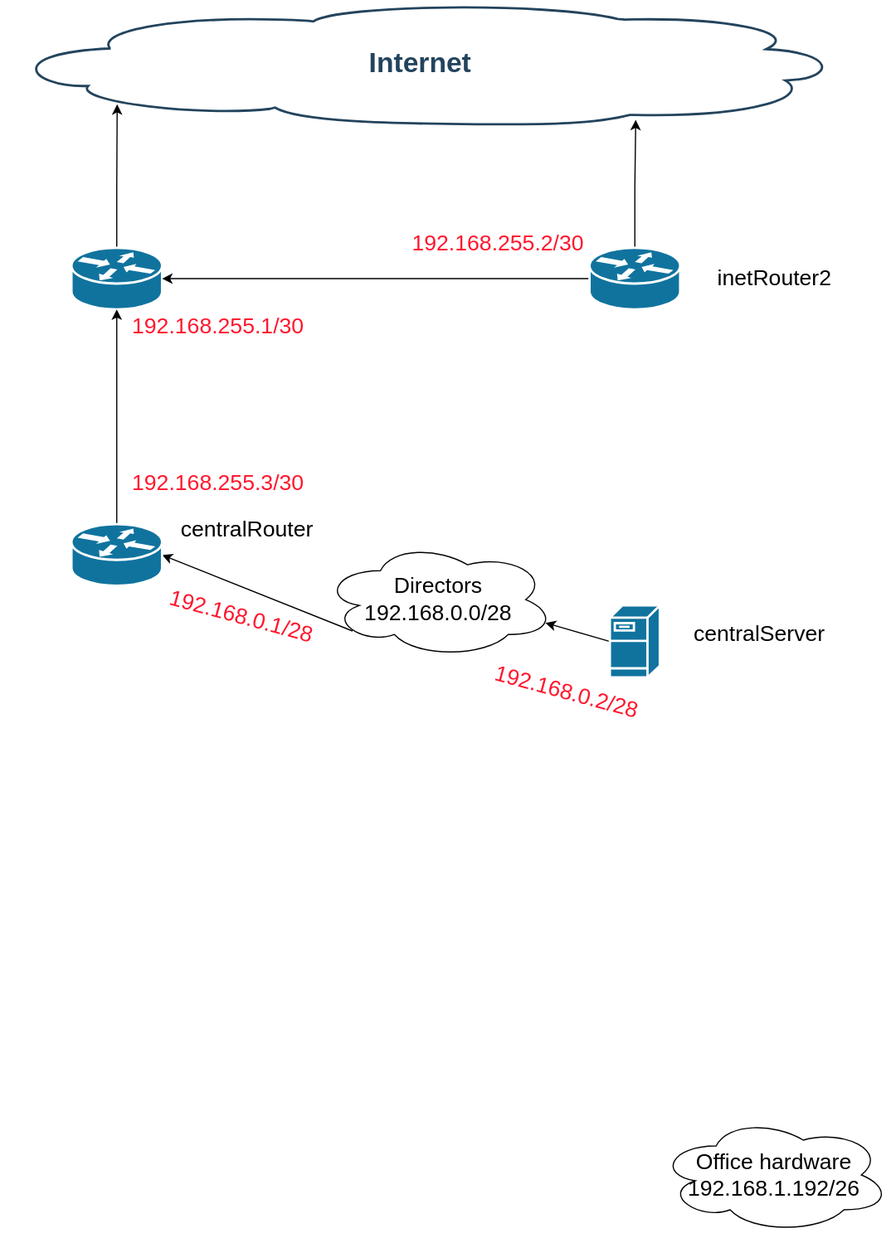
This is Otus-Iptables/Scheme.svg from gardvor/Otus-Linux, a draw.io export, as it was before one commit. Source tidied: cells renumbered, new cells last; positions are measured from the earlier drawing's top-left corner, leaving out a move shared by most shapes.
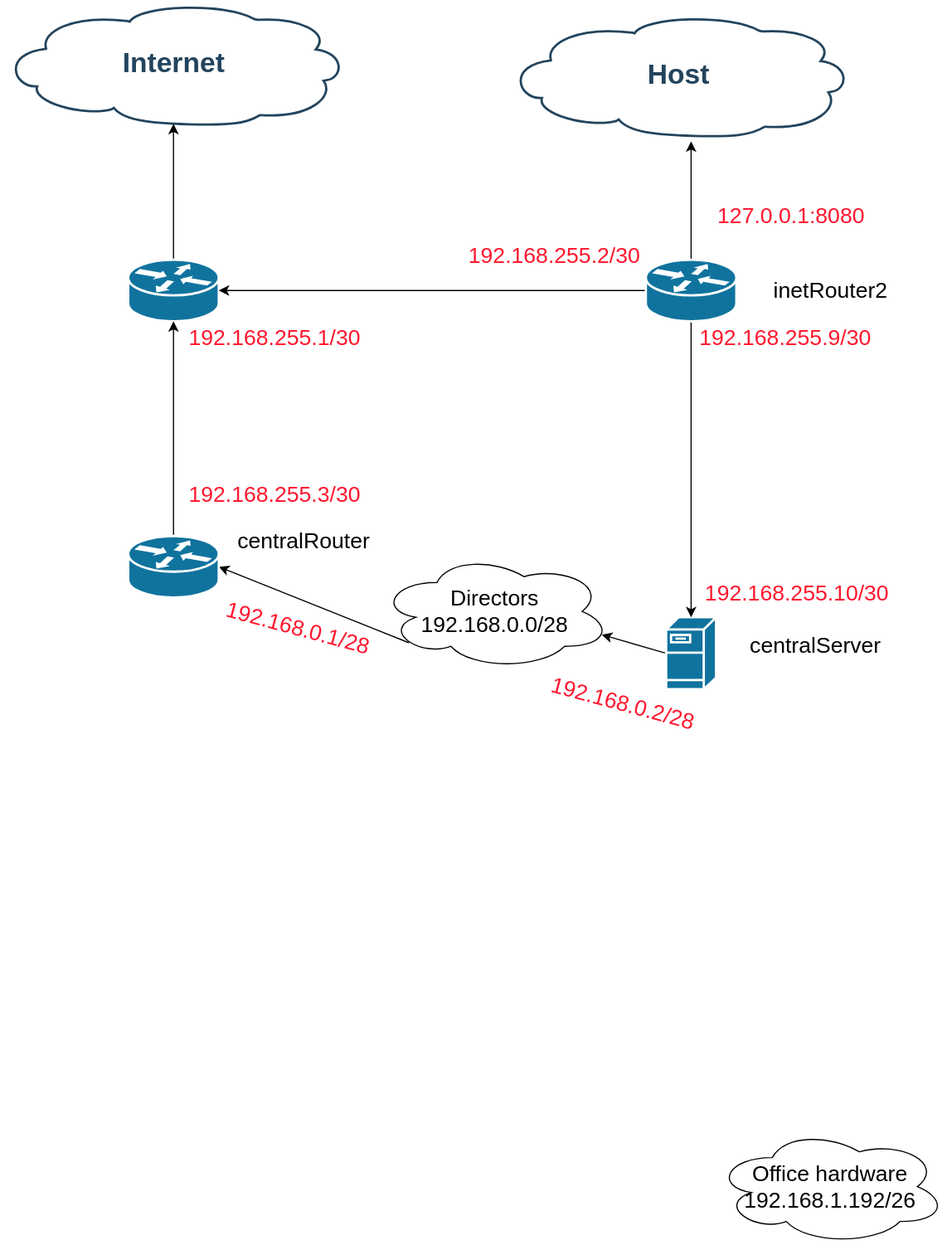
After the change.

Diff of the diagram source:
```diff
@@ -3,9 +3,9 @@
     <mxCell id="0" />
     <mxCell id="1" parent="0" />
     <mxCell id="2" value="Internet" style="shape=mxgraph.cisco.storage.cloud;html=1;dashed=0;strokeColor=#23445D;fillColor=#ffffff;strokeWidth=2;fontFamily=Helvetica;fontSize=24;fontColor=#23445D;align=center;fontStyle=1;" parent="1" vertex="1">
-      <mxGeometry width="720" height="106" as="geometry" />
+      <mxGeometry x="-49" y="-10" width="296" height="106" as="geometry" />
     </mxCell>
-    <mxCell id="3" style="edgeStyle=orthogonalEdgeStyle;rounded=0;jettySize=auto;html=1;exitX=0.5;exitY=0;exitDx=0;exitDy=0;exitPerimeter=0;entryX=0.138;entryY=0.833;entryDx=0;entryDy=0;entryPerimeter=0;" parent="1" edge="1" source="4" target="2">
+    <mxCell id="3" style="edgeStyle=orthogonalEdgeStyle;rounded=0;jettySize=auto;html=1;exitX=0.5;exitY=0;exitDx=0;exitDy=0;exitPerimeter=0;entryX=0.5;entryY=0.99;entryDx=0;entryDy=0;entryPerimeter=0;" parent="1" edge="1" source="4" target="2">
       <mxGeometry relative="1" as="geometry" />
     </mxCell>
     <mxCell id="4" style="shape=mxgraph.cisco.routers.router;html=1;dashed=0;fillColor=#10739E;strokeColor=#ffffff;strokeWidth=2;verticalLabelPosition=bottom;verticalAlign=top;fontFamily=Helvetica;fontSize=36;fontColor=#FFB366;" parent="1" vertex="1">
@@ -50,12 +50,17 @@
     <mxCell id="17" value="192.168.0.1/28" style="text;html=1;align=center;verticalAlign=middle;strokeColor=none;fillColor=none;strokeWidth=1;fontSize=19;fontColor=#FF172E;rotation=15;" parent="1" vertex="1">
       <mxGeometry x="136" y="515" width="140" height="30" as="geometry" />
     </mxCell>
-    <mxCell id="18" style="edgeStyle=orthogonalEdgeStyle;rounded=0;jettySize=auto;html=1;exitX=0.5;exitY=0;exitDx=0;exitDy=0;exitPerimeter=0;entryX=0.758;entryY=0.959;entryDx=0;entryDy=0;entryPerimeter=0;" parent="1" edge="1" source="20" target="2">
-      <mxGeometry relative="1" as="geometry" />
+    <mxCell id="18" style="edgeStyle=orthogonalEdgeStyle;rounded=0;jettySize=auto;html=1;exitX=0.5;exitY=0;exitDx=0;exitDy=0;exitPerimeter=0;" parent="1" edge="1" source="20">
+      <mxGeometry relative="1" as="geometry">
+        <mxPoint x="545" y="110" as="targetPoint" />
+      </mxGeometry>
     </mxCell>
     <mxCell id="19" style="edgeStyle=orthogonalEdgeStyle;rounded=0;jettySize=auto;html=1;exitX=0;exitY=0.5;exitDx=0;exitDy=0;exitPerimeter=0;entryX=1;entryY=0.5;entryDx=0;entryDy=0;entryPerimeter=0;" parent="1" edge="1" source="20" target="4">
       <mxGeometry relative="1" as="geometry" />
     </mxCell>
+    <mxCell id="23" style="edgeStyle=orthogonalEdgeStyle;rounded=0;jettySize=auto;html=1;exitX=0.5;exitY=1;exitDx=0;exitDy=0;exitPerimeter=0;entryX=0.5;entryY=0;entryDx=0;entryDy=0;entryPerimeter=0;" parent="1" edge="1" source="20" target="7">
+      <mxGeometry relative="1" as="geometry" />
+    </mxCell>
     <mxCell id="20" style="shape=mxgraph.cisco.routers.router;html=1;dashed=0;fillColor=#10739E;strokeColor=#ffffff;strokeWidth=2;verticalLabelPosition=bottom;verticalAlign=top;fontFamily=Helvetica;fontSize=36;fontColor=#FFB366;" parent="1" vertex="1">
       <mxGeometry x="506" y="212" width="78" height="53" as="geometry" />
     </mxCell>
@@ -65,5 +70,17 @@
     <mxCell id="22" value="192.168.255.3/30" style="text;html=1;align=center;verticalAlign=middle;strokeColor=none;fillColor=none;strokeWidth=1;fontSize=19;fontColor=#FF172E;" parent="1" vertex="1">
       <mxGeometry x="106" y="400" width="160" height="30" as="geometry" />
     </mxCell>
+    <mxCell id="24" value="Host" style="shape=mxgraph.cisco.storage.cloud;html=1;dashed=0;strokeColor=#23445D;fillColor=#ffffff;strokeWidth=2;fontFamily=Helvetica;fontSize=24;fontColor=#23445D;align=center;fontStyle=1;" parent="1" vertex="1">
+      <mxGeometry x="386" width="296" height="106" as="geometry" />
+    </mxCell>
+    <mxCell id="25" value="192.168.255.9/30" style="text;html=1;align=center;verticalAlign=middle;strokeColor=none;fillColor=none;strokeWidth=1;fontSize=19;fontColor=#FF172E;" parent="1" vertex="1">
+      <mxGeometry x="546" y="265" width="160" height="30" as="geometry" />
+    </mxCell>
+    <mxCell id="26" value="192.168.255.10/30" style="text;html=1;align=center;verticalAlign=middle;strokeColor=none;fillColor=none;strokeWidth=1;fontSize=19;fontColor=#FF172E;" parent="1" vertex="1">
+      <mxGeometry x="551" y="485" width="170" height="30" as="geometry" />
+    </mxCell>
+    <mxCell id="27" value="127.0.0.1:8080" style="text;html=1;align=center;verticalAlign=middle;strokeColor=none;fillColor=none;strokeWidth=1;fontSize=19;fontColor=#FF172E;" parent="1" vertex="1">
+      <mxGeometry x="561" y="160" width="140" height="30" as="geometry" />
+    </mxCell>
   </root>
 </mxGraphModel>
```
